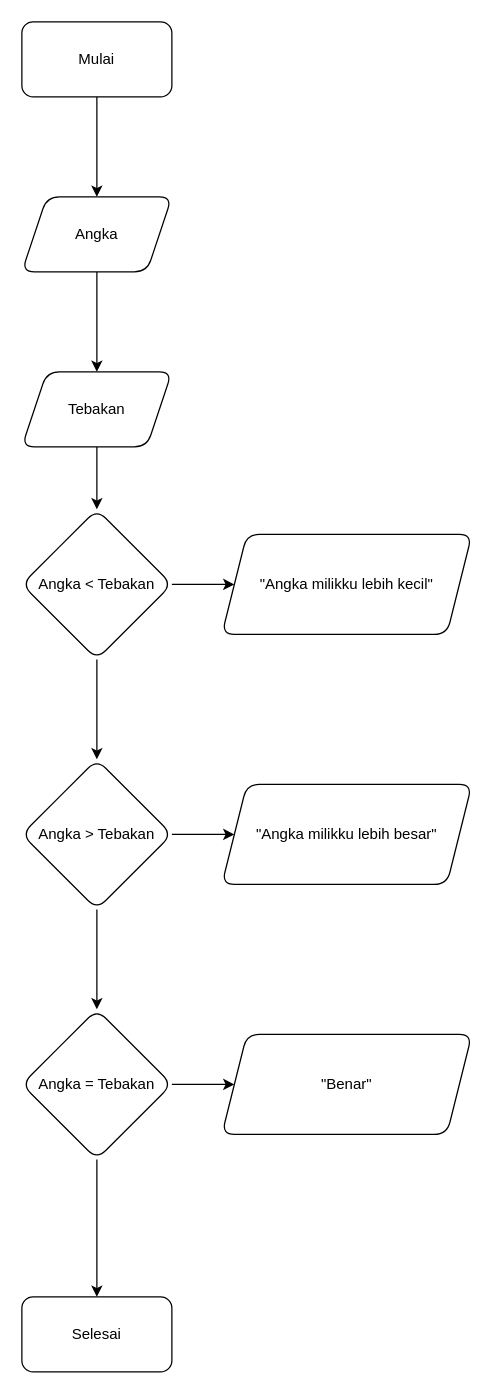
Before: Untitled Diagram.drawio in rapf10/Algo_C_23241108, a draw.io diagram. Source tidied: cells renumbered, new cells numbered last; positions are measured from the earlier drawing's top-left corner, leaving out a move shared by most shapes. Both pictures are drawn from the tidied source at 125%, with x=0, y=0 at pixel (21, 21).
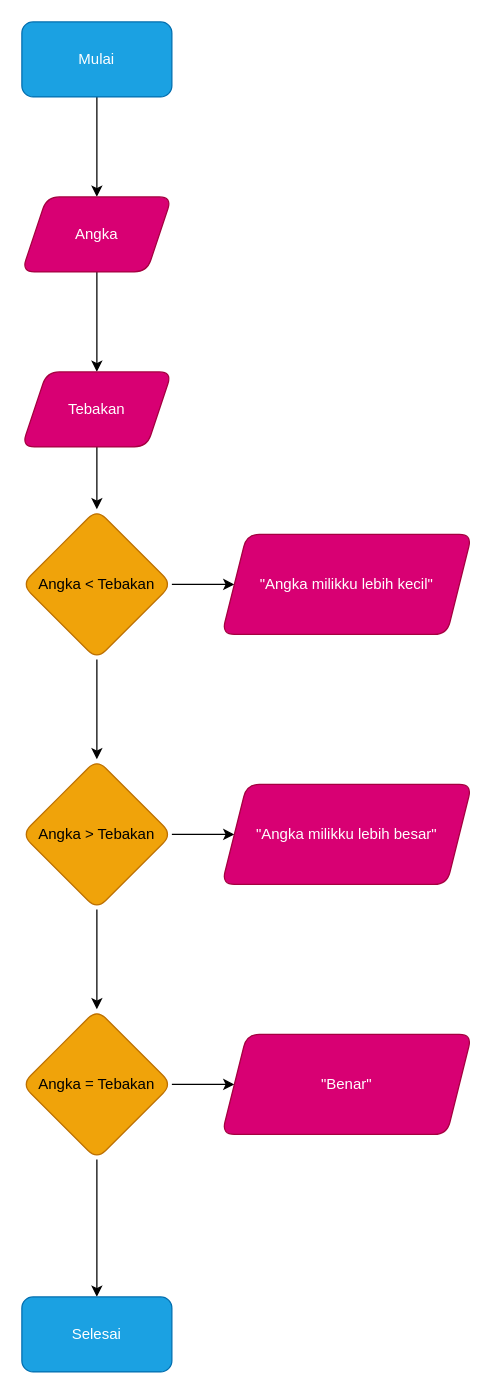
Above is the later version.

The edit, as a diff of the source:
```diff
@@
-    <mxCell id="3" value="Mulai" style="rounded=1;whiteSpace=wrap;html=1;" parent="1" vertex="1">
+    <mxCell id="3" value="Mulai" style="rounded=1;whiteSpace=wrap;html=1;fillColor=#1ba1e2;fontColor=#ffffff;strokeColor=#006EAF;" parent="1" vertex="1">
       <mxGeometry width="120" height="60" as="geometry" />
     </mxCell>
@@
-    <mxCell id="5" value="Angka" style="shape=parallelogram;perimeter=parallelogramPerimeter;whiteSpace=wrap;html=1;fixedSize=1;rounded=1;" parent="1" vertex="1">
+    <mxCell id="5" value="Angka" style="shape=parallelogram;perimeter=parallelogramPerimeter;whiteSpace=wrap;html=1;fixedSize=1;rounded=1;fillColor=#d80073;fontColor=#ffffff;strokeColor=#A50040;" parent="1" vertex="1">
       <mxGeometry y="140" width="120" height="60" as="geometry" />
     </mxCell>
@@
-    <mxCell id="7" value="Tebakan" style="shape=parallelogram;perimeter=parallelogramPerimeter;whiteSpace=wrap;html=1;fixedSize=1;rounded=1;" parent="1" vertex="1">
+    <mxCell id="7" value="Tebakan" style="shape=parallelogram;perimeter=parallelogramPerimeter;whiteSpace=wrap;html=1;fixedSize=1;rounded=1;fillColor=#d80073;fontColor=#ffffff;strokeColor=#A50040;" parent="1" vertex="1">
       <mxGeometry y="280" width="120" height="60" as="geometry" />
     </mxCell>
@@
-    <mxCell id="10" value="Angka &amp;lt; Tebakan" style="rhombus;whiteSpace=wrap;html=1;rounded=1;" parent="1" vertex="1">
+    <mxCell id="10" value="Angka &amp;lt; Tebakan" style="rhombus;whiteSpace=wrap;html=1;rounded=1;fillColor=#f0a30a;fontColor=#000000;strokeColor=#BD7000;" parent="1" vertex="1">
       <mxGeometry y="390" width="120" height="120" as="geometry" />
     </mxCell>
-    <mxCell id="11" value="&quot;Angka milikku lebih kecil&quot;" style="shape=parallelogram;perimeter=parallelogramPerimeter;whiteSpace=wrap;html=1;fixedSize=1;rounded=1;" parent="1" vertex="1">
+    <mxCell id="11" value="&quot;Angka milikku lebih kecil&quot;" style="shape=parallelogram;perimeter=parallelogramPerimeter;whiteSpace=wrap;html=1;fixedSize=1;rounded=1;fillColor=#d80073;fontColor=#ffffff;strokeColor=#A50040;" parent="1" vertex="1">
       <mxGeometry x="160" y="410" width="200" height="80" as="geometry" />
     </mxCell>
@@
-    <mxCell id="14" value="Angka &amp;gt; Tebakan" style="rhombus;whiteSpace=wrap;html=1;rounded=1;" parent="1" vertex="1">
+    <mxCell id="14" value="Angka &amp;gt; Tebakan" style="rhombus;whiteSpace=wrap;html=1;rounded=1;fillColor=#f0a30a;fontColor=#000000;strokeColor=#BD7000;" parent="1" vertex="1">
       <mxGeometry y="590" width="120" height="120" as="geometry" />
     </mxCell>
-    <mxCell id="15" value="&quot;Angka milikku lebih besar&quot;" style="shape=parallelogram;perimeter=parallelogramPerimeter;whiteSpace=wrap;html=1;fixedSize=1;rounded=1;" parent="1" vertex="1">
+    <mxCell id="15" value="&quot;Angka milikku lebih besar&quot;" style="shape=parallelogram;perimeter=parallelogramPerimeter;whiteSpace=wrap;html=1;fixedSize=1;rounded=1;fillColor=#d80073;fontColor=#ffffff;strokeColor=#A50040;" parent="1" vertex="1">
       <mxGeometry x="160" y="610" width="200" height="80" as="geometry" />
     </mxCell>
@@
-    <mxCell id="18" value="Angka = Tebakan" style="rhombus;whiteSpace=wrap;html=1;rounded=1;" parent="1" vertex="1">
+    <mxCell id="18" value="Angka = Tebakan" style="rhombus;whiteSpace=wrap;html=1;rounded=1;fillColor=#f0a30a;fontColor=#000000;strokeColor=#BD7000;" parent="1" vertex="1">
       <mxGeometry y="790" width="120" height="120" as="geometry" />
     </mxCell>
-    <mxCell id="19" value="&quot;Benar&quot;" style="shape=parallelogram;perimeter=parallelogramPerimeter;whiteSpace=wrap;html=1;fixedSize=1;rounded=1;" parent="1" vertex="1">
+    <mxCell id="19" value="&quot;Benar&quot;" style="shape=parallelogram;perimeter=parallelogramPerimeter;whiteSpace=wrap;html=1;fixedSize=1;rounded=1;fillColor=#d80073;fontColor=#ffffff;strokeColor=#A50040;" parent="1" vertex="1">
       <mxGeometry x="160" y="810" width="200" height="80" as="geometry" />
     </mxCell>
-    <mxCell id="20" value="Selesai" style="whiteSpace=wrap;html=1;rounded=1;" parent="1" vertex="1">
+    <mxCell id="20" value="Selesai" style="whiteSpace=wrap;html=1;rounded=1;fillColor=#1ba1e2;fontColor=#ffffff;strokeColor=#006EAF;" parent="1" vertex="1">
       <mxGeometry y="1020" width="120" height="60" as="geometry" />
     </mxCell>
```
